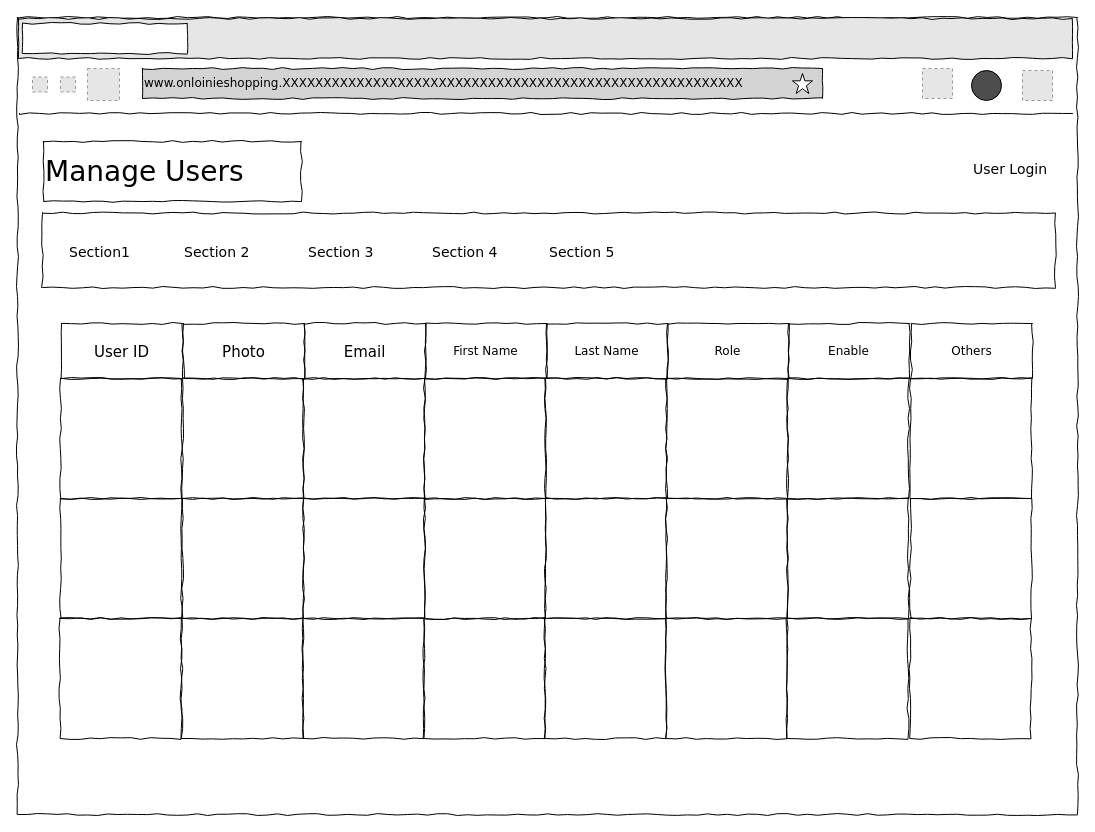
This is page "Mgt Users" (3 of 9) of 03-Solution Design/03-User Interface/User Interface.drawio from Chufeng-Jiang/Java_SpringBoot_DubaiShop_E-Commerce, a draw.io file, before an edit. Source tidied: cells renumbered, new cells numbered last; positions are measured from the earlier drawing's top-left corner, leaving out a move shared by most shapes. Both pictures are drawn from the tidied source at 100%, with x=0, y=0 at pixel (17, 17). Pictures stored in the file or linked from it are replaced by grey dashed boxes.
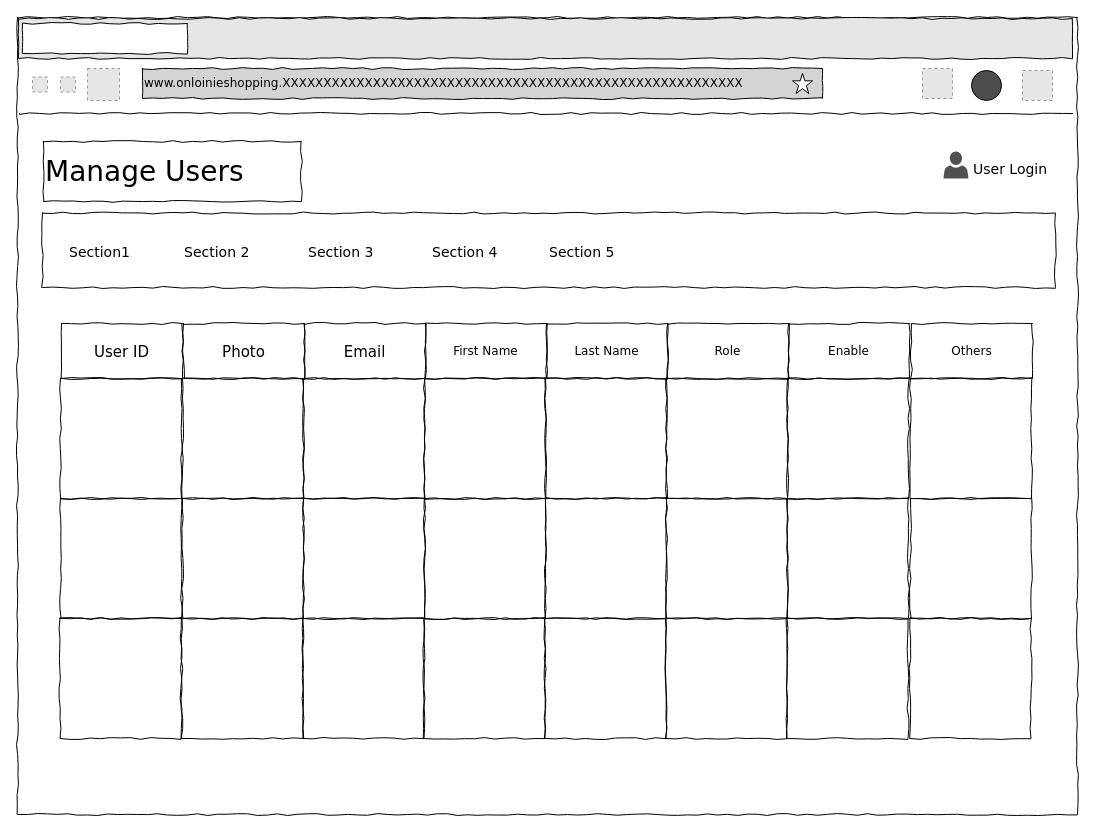
The same page after the edit.

What changed in the source:
```diff
@@
+    <mxCell id="58" style="sketch=0;shadow=0;dashed=0;html=1;strokeColor=none;fillColor=#505050;labelPosition=center;verticalLabelPosition=bottom;verticalAlign=top;align=center;shape=mxgraph.office.users.user;" parent="1" vertex="1">
+      <mxGeometry x="926" y="134" width="25" height="27" as="geometry" />
+    </mxCell>
```
